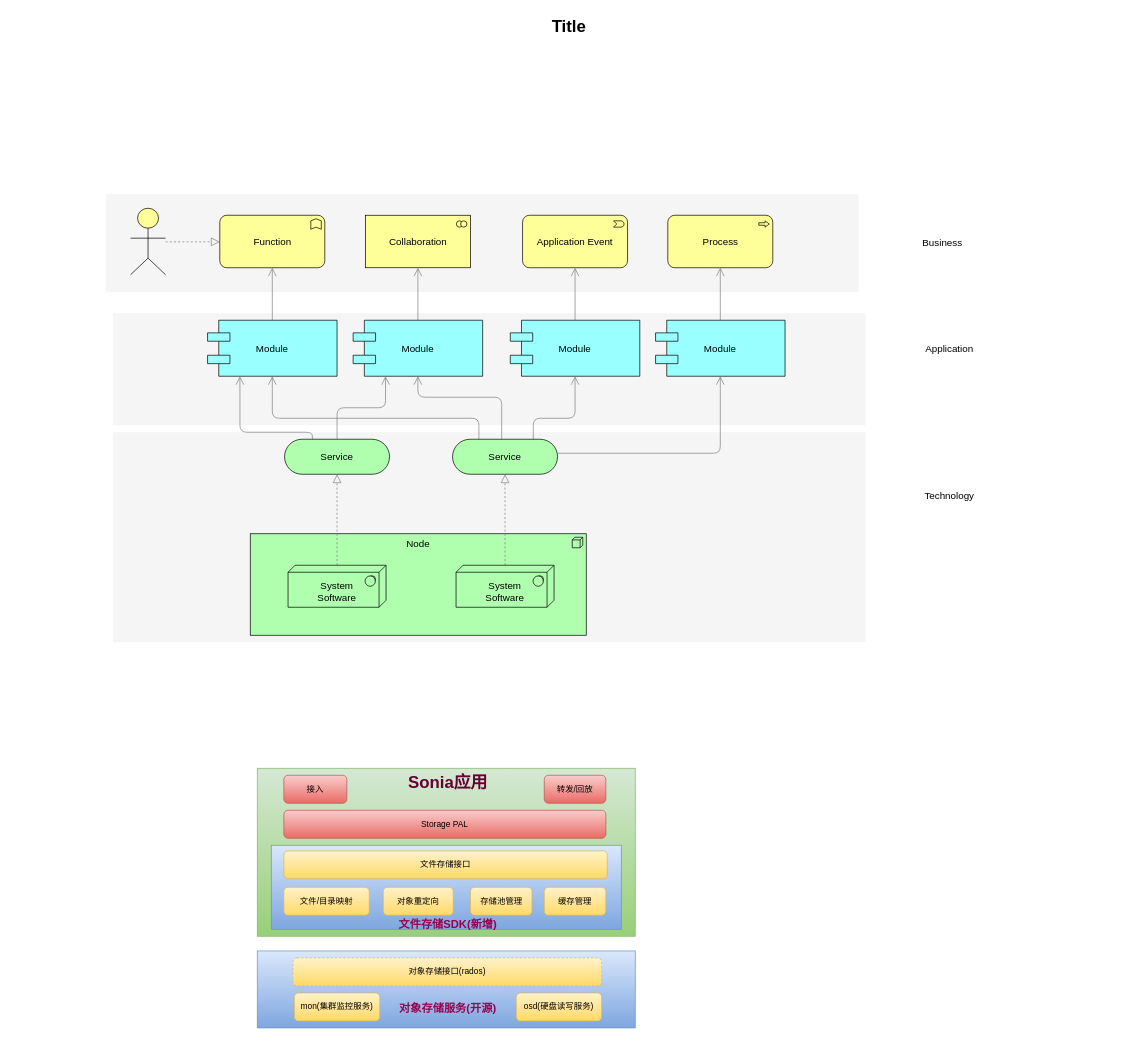
snowolfhawk/ceph-scripts keeps this draw.io diagram as Untitled Diagram.drawio. Above is the earlier version. Source tidied: cells renumbered, new cells numbered last; positions are measured from the earlier drawing's top-left corner, leaving out a move shared by most shapes. Both pictures are drawn from the tidied source at 70%, with x=0, y=0 at pixel (12, 12).
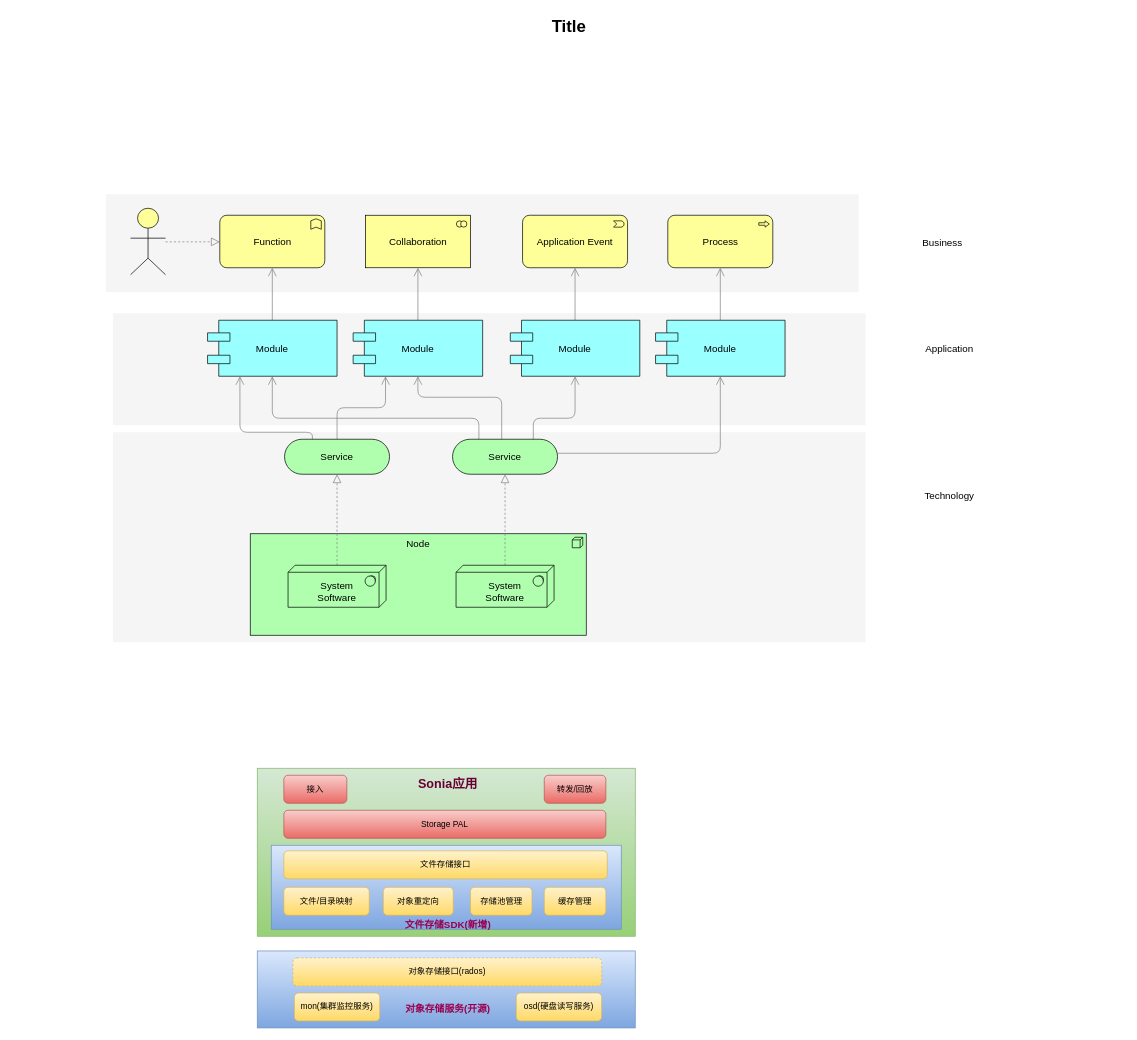
The same diagram, later.

What changed in the source:
```diff
@@
-    <mxCell id="2" style="rounded=0;whiteSpace=wrap;html=1;fillColor=#d5e8d4;strokeColor=#82b366;gradientColor=#97d077;" parent="1" vertex="1">
+    <mxCell id="2" style="rounded=0;whiteSpace=wrap;html=1;fillColor=#d5e8d4;gradientColor=#97d077;strokeColor=#82b366;" parent="1" vertex="1">
       <mxGeometry x="350" y="1080" width="540" height="240" as="geometry" />
     </mxCell>
@@
-    <mxCell id="50" value="&lt;font color=&quot;#660033&quot;&gt;Sonia应用&lt;/font&gt;" style="text;strokeColor=none;fillColor=none;html=1;fontSize=24;fontStyle=1;verticalAlign=middle;align=center;" parent="1" vertex="1">
+    <mxCell id="50" value="&lt;font color=&quot;#660033&quot; style=&quot;font-size: 18px&quot;&gt;Sonia应用&lt;/font&gt;" style="text;strokeColor=none;fillColor=none;html=1;fontSize=24;fontStyle=1;verticalAlign=middle;align=center;" parent="1" vertex="1">
       <mxGeometry x="561" y="1080" width="121" height="40" as="geometry" />
     </mxCell>
-    <mxCell id="51" value="&lt;font style=&quot;font-size: 16px&quot; color=&quot;#99004d&quot;&gt;对象存储服务(开源)&lt;/font&gt;" style="text;strokeColor=none;fillColor=none;html=1;fontSize=24;fontStyle=1;verticalAlign=middle;align=center;" parent="1" vertex="1">
+    <mxCell id="51" value="&lt;font style=&quot;font-size: 14px&quot; color=&quot;#99004d&quot;&gt;对象存储服务(开源)&lt;/font&gt;" style="text;strokeColor=none;fillColor=none;html=1;fontSize=24;fontStyle=1;verticalAlign=middle;align=center;" parent="1" vertex="1">
       <mxGeometry x="552" y="1401" width="140" height="40" as="geometry" />
     </mxCell>
-    <mxCell id="52" value="&lt;font style=&quot;font-size: 16px&quot; color=&quot;#99004d&quot;&gt;文件存储SDK(新增)&lt;/font&gt;" style="text;strokeColor=none;fillColor=none;html=1;fontSize=24;fontStyle=1;verticalAlign=middle;align=center;" parent="1" vertex="1">
+    <mxCell id="52" value="&lt;font style=&quot;font-size: 14px&quot; color=&quot;#99004d&quot;&gt;文件存储SDK(新增)&lt;/font&gt;" style="text;strokeColor=none;fillColor=none;html=1;fontSize=24;fontStyle=1;verticalAlign=middle;align=center;" parent="1" vertex="1">
       <mxGeometry x="552" y="1290" width="140" height="20" as="geometry" />
     </mxCell>
```
